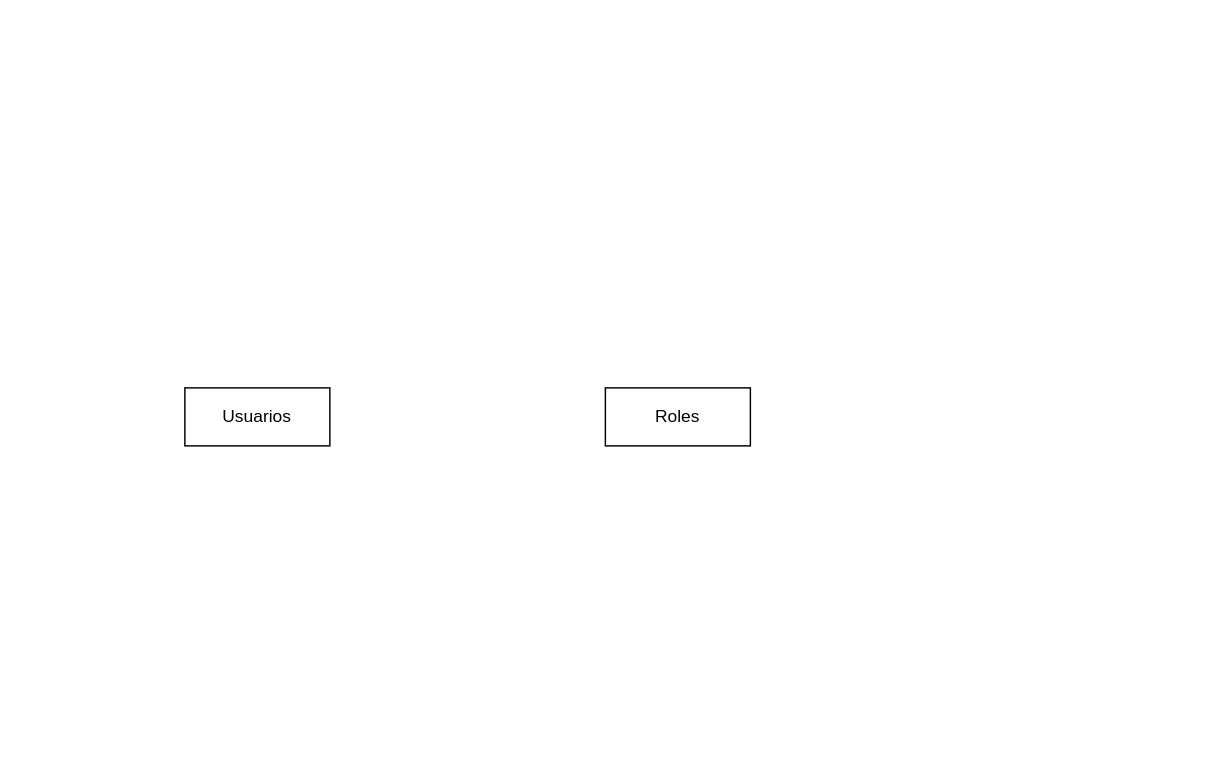
JlchavezG/AdminGestor keeps this draw.io diagram as Modelos_Base_de_datos.drawio. Above is the earlier version. Source tidied: cells renumbered, new cells numbered last; positions are measured from the earlier drawing's top-left corner, leaving out a move shared by most shapes. Both pictures are drawn from the tidied source at 145%, with x=0, y=0 at pixel (184, 387).
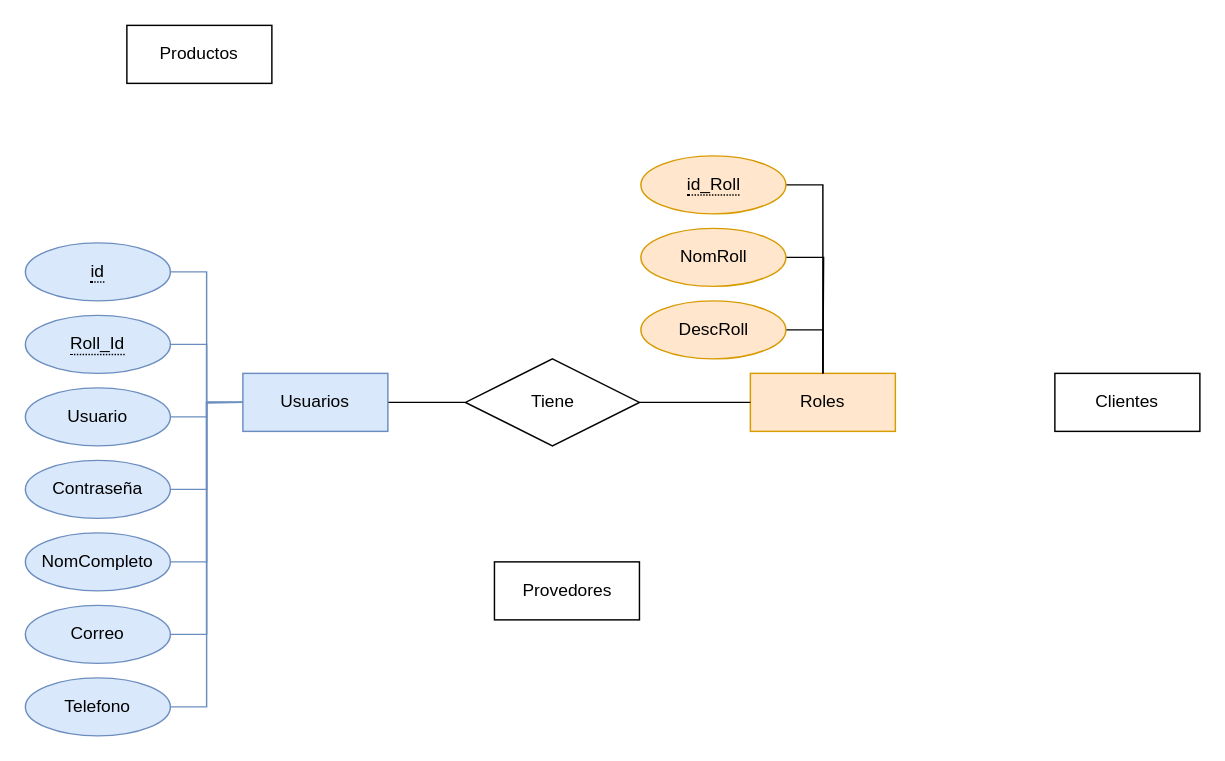
After the change.

Commit message:
usuarios_rolles

Diff of the diagram source:
```diff
@@
+    <mxCell id="4" style="edgeStyle=orthogonalEdgeStyle;rounded=0;jettySize=auto;html=1;entryX=0;entryY=0.5;entryDx=0;entryDy=0;endArrow=none;endFill=0;" parent="1" edge="1" source="2" target="23">
+      <mxGeometry relative="1" as="geometry" />
+    </mxCell>
-    <mxCell id="2" value="Usuarios" style="whiteSpace=wrap;html=1;align=center;" parent="1" vertex="1">
-      <mxGeometry width="100" height="40" as="geometry" />
+    <mxCell id="2" value="Usuarios" style="whiteSpace=wrap;html=1;align=center;fillColor=#dae8fc;strokeColor=#6c8ebf;" parent="1" vertex="1">
+      <mxGeometry x="40" y="-10" width="100" height="40" as="geometry" />
     </mxCell>
-    <mxCell id="3" value="Roles" style="whiteSpace=wrap;html=1;align=center;" parent="1" vertex="1">
-      <mxGeometry x="290" width="100" height="40" as="geometry" />
+    <mxCell id="3" value="Roles" style="whiteSpace=wrap;html=1;align=center;fillColor=#ffe6cc;strokeColor=#d79b00;" parent="1" vertex="1">
+      <mxGeometry x="390" y="-10" width="100" height="40" as="geometry" />
     </mxCell>
+    <mxCell id="5" value="Clientes" style="whiteSpace=wrap;html=1;align=center;" parent="1" vertex="1">
+      <mxGeometry x="600" y="-10" width="100" height="40" as="geometry" />
+    </mxCell>
+    <mxCell id="6" value="Provedores" style="whiteSpace=wrap;html=1;align=center;" parent="1" vertex="1">
+      <mxGeometry x="213.5" y="120" width="100" height="40" as="geometry" />
+    </mxCell>
+    <mxCell id="7" value="Productos" style="whiteSpace=wrap;html=1;align=center;" parent="1" vertex="1">
+      <mxGeometry x="-40" y="-250" width="100" height="40" as="geometry" />
+    </mxCell>
+    <mxCell id="8" style="edgeStyle=orthogonalEdgeStyle;rounded=0;jettySize=auto;html=1;entryX=0;entryY=0.5;entryDx=0;entryDy=0;endArrow=none;endFill=0;fillColor=#dae8fc;strokeColor=#6c8ebf;" parent="1" edge="1" source="9" target="2">
+      <mxGeometry relative="1" as="geometry" />
+    </mxCell>
+    <mxCell id="9" value="&lt;span style=&quot;border-bottom: 1px dotted&quot;&gt;id&lt;/span&gt;" style="ellipse;whiteSpace=wrap;html=1;align=center;fillColor=#dae8fc;strokeColor=#6c8ebf;" parent="1" vertex="1">
+      <mxGeometry x="-110" y="-100" width="100" height="40" as="geometry" />
+    </mxCell>
+    <mxCell id="10" style="edgeStyle=orthogonalEdgeStyle;rounded=0;jettySize=auto;html=1;entryX=0;entryY=0.5;entryDx=0;entryDy=0;endArrow=none;endFill=0;fillColor=#dae8fc;strokeColor=#6c8ebf;" parent="1" edge="1" source="11" target="2">
+      <mxGeometry relative="1" as="geometry" />
+    </mxCell>
+    <mxCell id="11" value="&lt;span style=&quot;border-bottom: 1px dotted&quot;&gt;Roll_Id&lt;/span&gt;" style="ellipse;whiteSpace=wrap;html=1;align=center;fillColor=#dae8fc;strokeColor=#6c8ebf;" parent="1" vertex="1">
+      <mxGeometry x="-110" y="-50" width="100" height="40" as="geometry" />
+    </mxCell>
+    <mxCell id="12" style="edgeStyle=orthogonalEdgeStyle;rounded=0;jettySize=auto;html=1;endArrow=none;endFill=0;fillColor=#dae8fc;strokeColor=#6c8ebf;" parent="1" edge="1" source="13">
+      <mxGeometry relative="1" as="geometry">
+        <mxPoint x="40" y="10" as="targetPoint" />
+      </mxGeometry>
+    </mxCell>
+    <mxCell id="13" value="Usuario" style="ellipse;whiteSpace=wrap;html=1;align=center;fillColor=#dae8fc;strokeColor=#6c8ebf;" parent="1" vertex="1">
+      <mxGeometry x="-110" width="100" height="40" as="geometry" />
+    </mxCell>
+    <mxCell id="14" style="edgeStyle=orthogonalEdgeStyle;rounded=0;jettySize=auto;html=1;entryX=0;entryY=0.5;entryDx=0;entryDy=0;endArrow=none;endFill=0;fillColor=#dae8fc;strokeColor=#6c8ebf;" parent="1" edge="1" source="15" target="2">
+      <mxGeometry relative="1" as="geometry" />
+    </mxCell>
+    <mxCell id="15" value="Contraseña" style="ellipse;whiteSpace=wrap;html=1;align=center;fillColor=#dae8fc;strokeColor=#6c8ebf;" parent="1" vertex="1">
+      <mxGeometry x="-110" y="50" width="100" height="40" as="geometry" />
+    </mxCell>
+    <mxCell id="16" style="edgeStyle=orthogonalEdgeStyle;rounded=0;jettySize=auto;html=1;entryX=0;entryY=0.5;entryDx=0;entryDy=0;endArrow=none;endFill=0;fillColor=#dae8fc;strokeColor=#6c8ebf;" parent="1" edge="1" source="17" target="2">
+      <mxGeometry relative="1" as="geometry" />
+    </mxCell>
+    <mxCell id="17" value="NomCompleto" style="ellipse;whiteSpace=wrap;html=1;align=center;fillColor=#dae8fc;strokeColor=#6c8ebf;" parent="1" vertex="1">
+      <mxGeometry x="-110" y="100" width="100" height="40" as="geometry" />
+    </mxCell>
+    <mxCell id="18" style="edgeStyle=orthogonalEdgeStyle;rounded=0;jettySize=auto;html=1;entryX=0;entryY=0.5;entryDx=0;entryDy=0;endArrow=none;endFill=0;fillColor=#dae8fc;strokeColor=#6c8ebf;" parent="1" edge="1" source="19" target="2">
+      <mxGeometry relative="1" as="geometry" />
+    </mxCell>
+    <mxCell id="19" value="Correo" style="ellipse;whiteSpace=wrap;html=1;align=center;fillColor=#dae8fc;strokeColor=#6c8ebf;" parent="1" vertex="1">
+      <mxGeometry x="-110" y="150" width="100" height="40" as="geometry" />
+    </mxCell>
+    <mxCell id="20" style="edgeStyle=orthogonalEdgeStyle;rounded=0;jettySize=auto;html=1;entryX=0;entryY=0.5;entryDx=0;entryDy=0;endArrow=none;endFill=0;fillColor=#dae8fc;strokeColor=#6c8ebf;" parent="1" edge="1" source="21" target="2">
+      <mxGeometry relative="1" as="geometry" />
+    </mxCell>
+    <mxCell id="21" value="Telefono" style="ellipse;whiteSpace=wrap;html=1;align=center;fillColor=#dae8fc;strokeColor=#6c8ebf;" parent="1" vertex="1">
+      <mxGeometry x="-110" y="200" width="100" height="40" as="geometry" />
+    </mxCell>
+    <mxCell id="22" style="edgeStyle=orthogonalEdgeStyle;rounded=0;jettySize=auto;html=1;entryX=0;entryY=0.5;entryDx=0;entryDy=0;endArrow=none;endFill=0;" parent="1" edge="1" source="23" target="3">
+      <mxGeometry relative="1" as="geometry" />
+    </mxCell>
+    <mxCell id="23" value="Tiene" style="shape=rhombus;perimeter=rhombusPerimeter;whiteSpace=wrap;html=1;align=center;" parent="1" vertex="1">
+      <mxGeometry x="193.5" y="-20" width="120" height="60" as="geometry" />
+    </mxCell>
+    <mxCell id="24" style="edgeStyle=orthogonalEdgeStyle;rounded=0;jettySize=auto;html=1;entryX=0.5;entryY=0;entryDx=0;entryDy=0;exitX=1;exitY=0.5;exitDx=0;exitDy=0;endArrow=none;endFill=0;" parent="1" edge="1" source="25" target="3">
+      <mxGeometry relative="1" as="geometry" />
+    </mxCell>
+    <mxCell id="25" value="&lt;span style=&quot;border-bottom: 1px dotted&quot;&gt;id_Roll&lt;/span&gt;" style="ellipse;whiteSpace=wrap;html=1;align=center;fillColor=#ffe6cc;strokeColor=#d79b00;" parent="1" vertex="1">
+      <mxGeometry x="314.5" y="-160" width="100" height="40" as="geometry" />
+    </mxCell>
+    <mxCell id="26" style="edgeStyle=orthogonalEdgeStyle;rounded=0;jettySize=auto;html=1;endArrow=none;endFill=0;" parent="1" edge="1" source="27">
+      <mxGeometry relative="1" as="geometry">
+        <mxPoint x="440" y="-10" as="targetPoint" />
+      </mxGeometry>
+    </mxCell>
+    <mxCell id="27" value="NomRoll" style="ellipse;whiteSpace=wrap;html=1;align=center;fillColor=#ffe6cc;strokeColor=#d79b00;" parent="1" vertex="1">
+      <mxGeometry x="314.5" y="-110" width="100" height="40" as="geometry" />
+    </mxCell>
+    <mxCell id="28" style="edgeStyle=orthogonalEdgeStyle;rounded=0;jettySize=auto;html=1;exitX=1;exitY=0.5;exitDx=0;exitDy=0;endArrow=none;endFill=0;" parent="1" edge="1" source="29">
+      <mxGeometry relative="1" as="geometry">
+        <mxPoint x="440" y="-10" as="targetPoint" />
+      </mxGeometry>
+    </mxCell>
+    <mxCell id="29" value="DescRoll" style="ellipse;whiteSpace=wrap;html=1;align=center;fillColor=#ffe6cc;strokeColor=#d79b00;" parent="1" vertex="1">
+      <mxGeometry x="314.5" y="-60" width="100" height="40" as="geometry" />
+    </mxCell>
```
